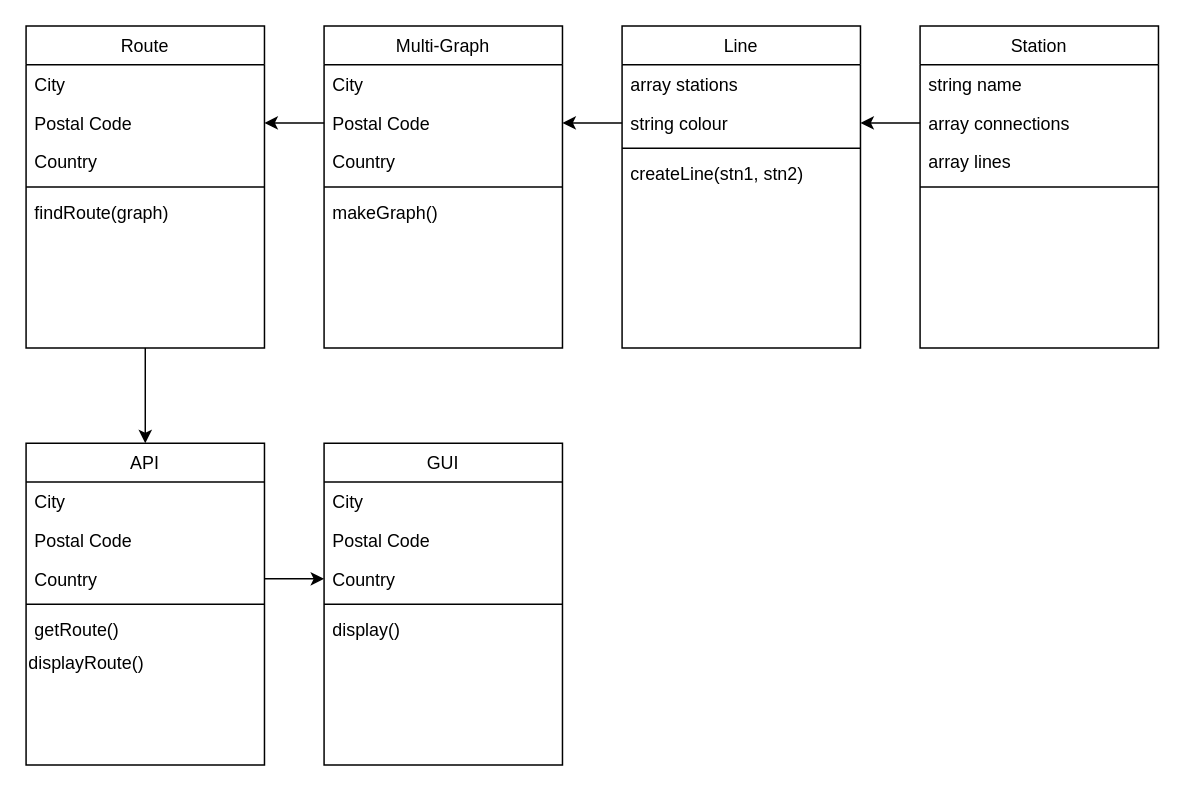
Before: BostonMetro.drawio in samwod1/BostonMetroProject, a draw.io diagram. Source tidied: cells renumbered, new cells numbered last; positions are measured from the earlier drawing's top-left corner, leaving out a move shared by most shapes. Both pictures are drawn from the tidied source at 149%, with x=0, y=0 at pixel (25, 25).
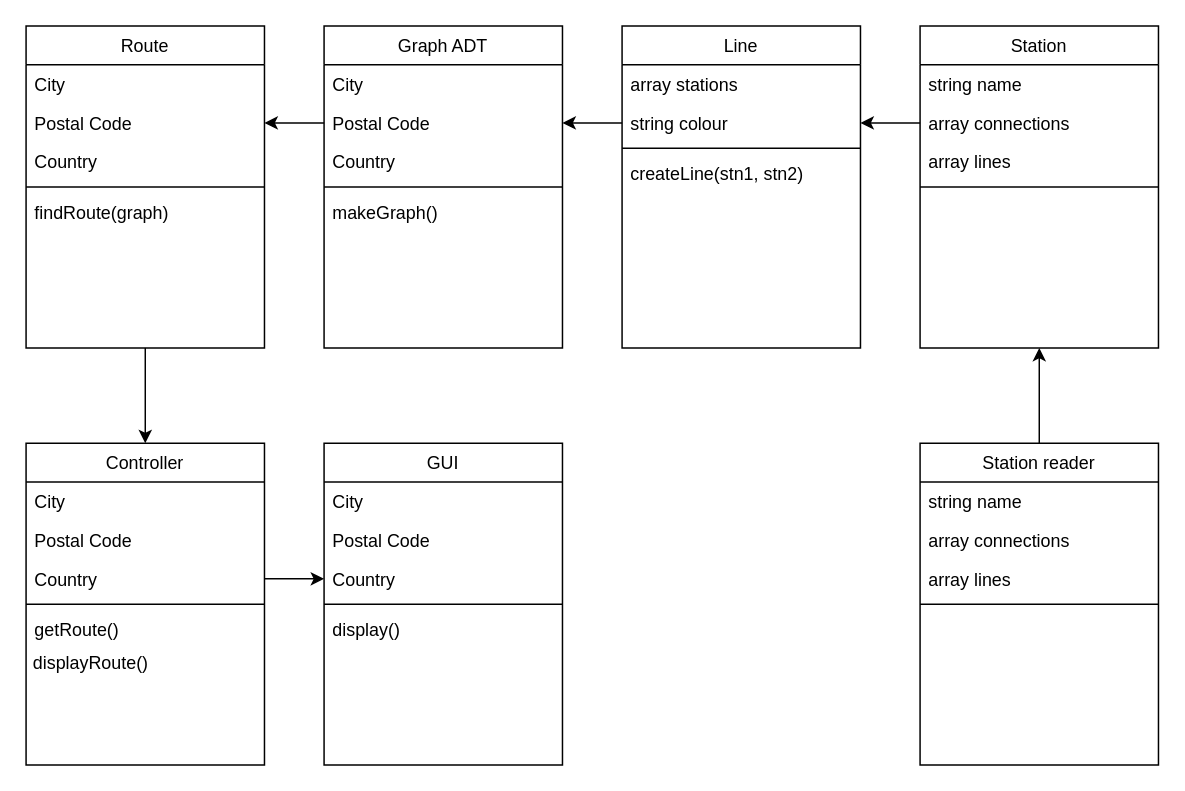
After the change.

The change refers to these unchanged cells:
```xml
<mxCell id="9" value="Station" style="swimlane;fontStyle=0;align=center;verticalAlign=top;horizontal=1;startSize=26;rounded=0;shadow=0;strokeWidth=1;" parent="1" vertex="1">
  <mxGeometry x="600" width="160" height="216" as="geometry" />
</mxCell>
<mxCell id="17" value="Country" style="text;align=left;verticalAlign=top;spacingLeft=4;spacingRight=4;overflow=hidden;points=[[0,0.5],[1,0.5]];portConstraint=eastwest;rounded=0;shadow=0;html=0;" parent="14" vertex="1">
  <mxGeometry y="78" width="160" height="26" as="geometry" />
</mxCell>
<mxCell id="24" value="Country" style="text;align=left;verticalAlign=top;spacingLeft=4;spacingRight=4;overflow=hidden;points=[[0,0.5],[1,0.5]];portConstraint=eastwest;rounded=0;shadow=0;html=0;" parent="21" vertex="1">
  <mxGeometry y="78" width="160" height="26" as="geometry" />
</mxCell>
```

Diff of the diagram source:
```diff
@@
-    <mxCell id="14" value="API" style="swimlane;fontStyle=0;align=center;verticalAlign=top;horizontal=1;startSize=26;rounded=0;shadow=0;strokeWidth=1;" parent="1" vertex="1">
+    <mxCell id="14" value="Controller" style="swimlane;fontStyle=0;align=center;verticalAlign=top;horizontal=1;startSize=26;rounded=0;shadow=0;strokeWidth=1;" parent="1" vertex="1">
       <mxGeometry y="280" width="160" height="216" as="geometry" />
     </mxCell>
@@
-    <mxCell id="20" value="&lt;div&gt;&lt;span&gt;displayRoute()&lt;/span&gt;&lt;/div&gt;" style="text;html=1;strokeColor=none;fillColor=none;align=left;verticalAlign=middle;whiteSpace=wrap;rounded=0;" parent="14" vertex="1">
+    <mxCell id="20" value="&lt;div&gt;&lt;span&gt;displayRoute()&lt;/span&gt;&lt;/div&gt;" style="text;html=1;strokeColor=none;fillColor=none;align=left;verticalAlign=middle;whiteSpace=wrap;rounded=0;spacing=5;" parent="14" vertex="1">
       <mxGeometry y="138" width="160" height="20" as="geometry" />
     </mxCell>
@@
-    <mxCell id="32" value="Multi-Graph" style="swimlane;fontStyle=0;align=center;verticalAlign=top;horizontal=1;startSize=26;rounded=0;shadow=0;strokeWidth=1;" parent="1" vertex="1">
+    <mxCell id="32" value="Graph ADT" style="swimlane;fontStyle=0;align=center;verticalAlign=top;horizontal=1;startSize=26;rounded=0;shadow=0;strokeWidth=1;" parent="1" vertex="1">
       <mxGeometry x="200" width="160" height="216" as="geometry" />
     </mxCell>
@@
     <mxCell id="41" style="edgeStyle=orthogonalEdgeStyle;rounded=0;jettySize=auto;html=1;exitX=1;exitY=0.5;exitDx=0;exitDy=0;entryX=0;entryY=0.5;entryDx=0;entryDy=0;" parent="1" edge="1" source="17" target="24">
-      <mxGeometry relative="1" as="geometry" />
+      <mxGeometry relative="1" as="geometry">
+        <Array as="points">
+          <mxPoint x="190" y="371" />
+          <mxPoint x="190" y="371" />
+        </Array>
+      </mxGeometry>
     </mxCell>
+    <mxCell id="42" style="edgeStyle=orthogonalEdgeStyle;rounded=0;jettySize=auto;html=1;exitX=0.5;exitY=0;exitDx=0;exitDy=0;entryX=0.5;entryY=1;entryDx=0;entryDy=0;" parent="1" edge="1" source="43" target="9">
+      <mxGeometry relative="1" as="geometry" />
+    </mxCell>
+    <mxCell id="43" value="Station reader" style="swimlane;fontStyle=0;align=center;verticalAlign=top;horizontal=1;startSize=26;rounded=0;shadow=0;strokeWidth=1;" parent="1" vertex="1">
+      <mxGeometry x="600" y="280" width="160" height="216" as="geometry" />
+    </mxCell>
+    <mxCell id="44" value="string name" style="text;align=left;verticalAlign=top;spacingLeft=4;spacingRight=4;overflow=hidden;rounded=0;shadow=0;html=0;" parent="43" vertex="1">
+      <mxGeometry y="26" width="160" height="26" as="geometry" />
+    </mxCell>
+    <mxCell id="45" value="array connections" style="text;align=left;verticalAlign=top;spacingLeft=4;spacingRight=4;overflow=hidden;rounded=0;shadow=0;html=0;" parent="43" vertex="1">
+      <mxGeometry y="52" width="160" height="26" as="geometry" />
+    </mxCell>
+    <mxCell id="46" value="array lines" style="text;align=left;verticalAlign=top;spacingLeft=4;spacingRight=4;overflow=hidden;rounded=0;shadow=0;html=0;" parent="43" vertex="1">
+      <mxGeometry y="78" width="160" height="26" as="geometry" />
+    </mxCell>
+    <mxCell id="47" style="line;html=1;strokeWidth=1;align=left;verticalAlign=middle;spacingTop=-1;spacingLeft=3;spacingRight=3;labelPosition=right;" parent="43" vertex="1">
+      <mxGeometry y="104" width="160" height="8" as="geometry" />
+    </mxCell>
```
